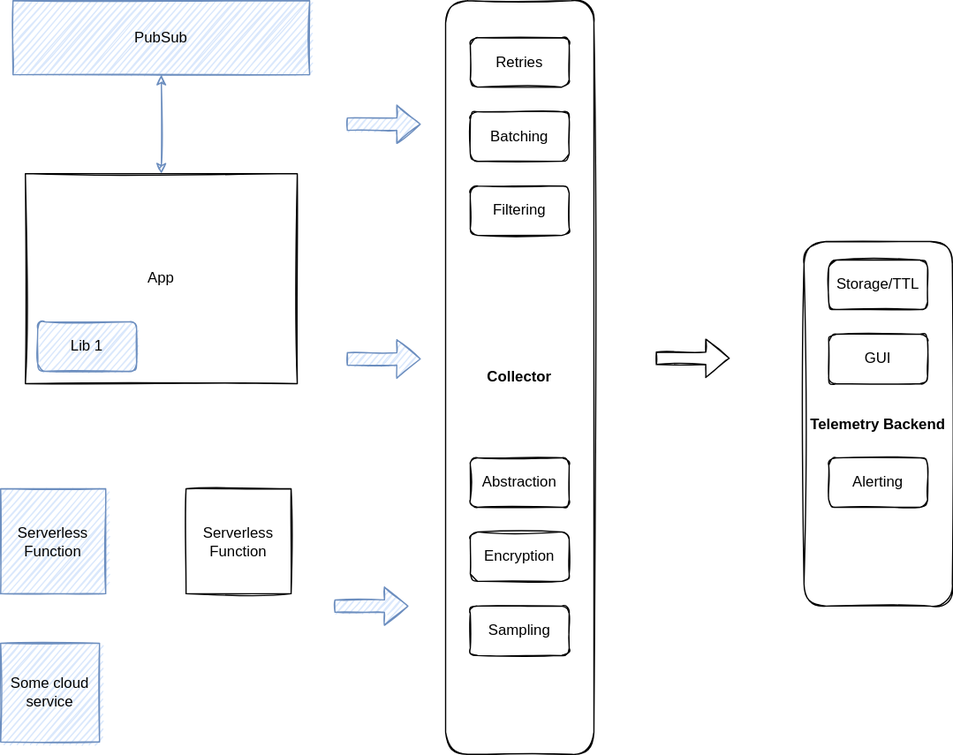
This is docs/otel-components.drawio.svg from darraghoriordan/dapr-inventory, a draw.io export, as it was before one commit. Source tidied: cells renumbered, new cells last; positions are measured from the earlier drawing's top-left corner, leaving out a move shared by most shapes.
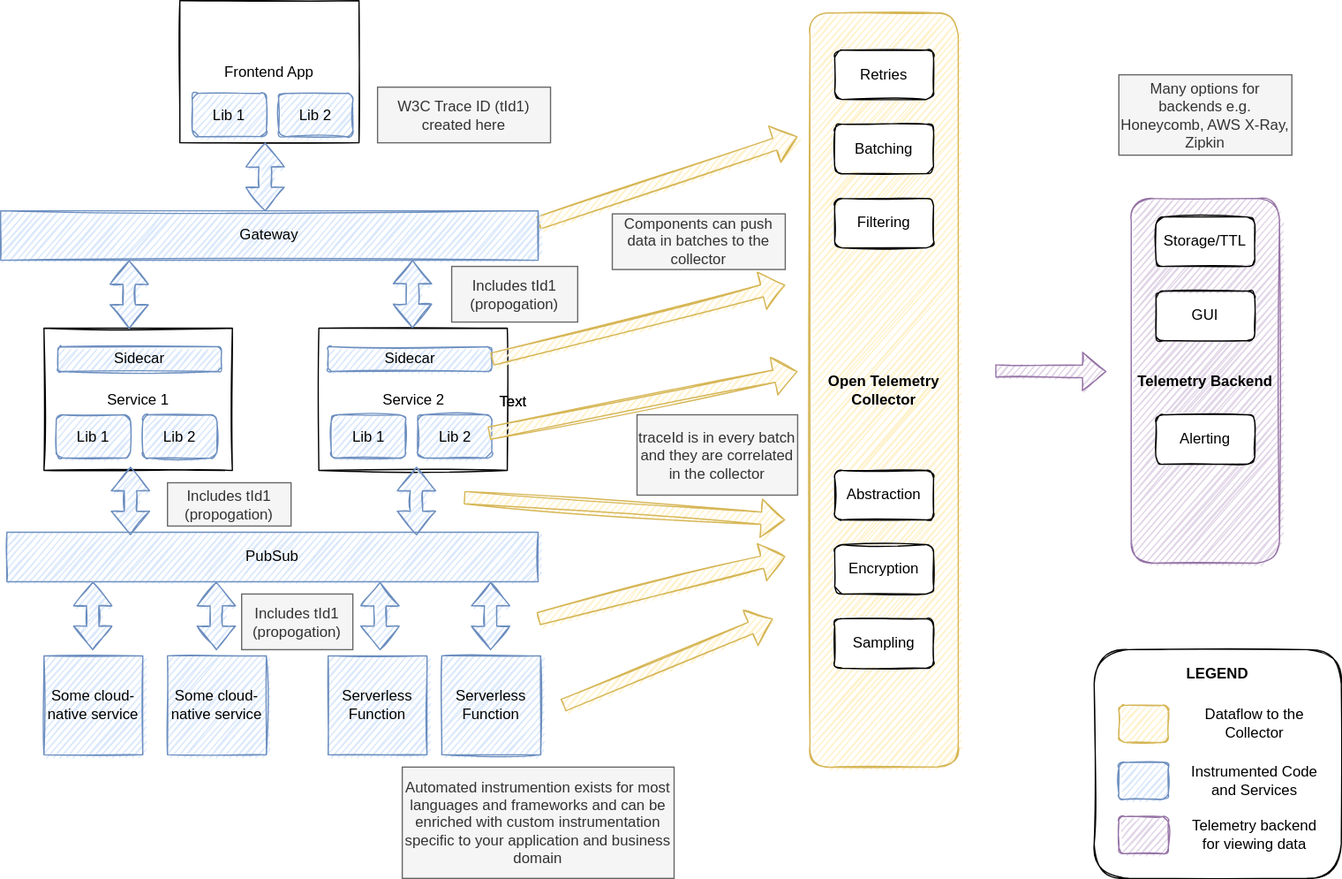
After the change.

Change to the diagram source:
```diff
@@ -2,83 +2,237 @@
   <root>
     <mxCell id="0" />
     <mxCell id="1" parent="0" />
+    <mxCell id="24" style="rounded=1;whiteSpace=wrap;html=1;sketch=1;" parent="1" vertex="1">
+      <mxGeometry x="860" y="515" width="200" height="185" as="geometry" />
+    </mxCell>
-    <mxCell id="2" value="App" style="rounded=0;whiteSpace=wrap;html=1;sketch=1;" parent="1" vertex="1">
-      <mxGeometry x="20" y="140" width="220" height="170" as="geometry" />
+    <mxCell id="2" value="Service 1" style="rounded=0;whiteSpace=wrap;html=1;sketch=1;" parent="1" vertex="1">
+      <mxGeometry x="10" y="255" width="152.5" height="115" as="geometry" />
     </mxCell>
     <mxCell id="3" value="Lib 1" style="rounded=1;whiteSpace=wrap;html=1;sketch=1;fillColor=#dae8fc;strokeColor=#6c8ebf;" parent="1" vertex="1">
-      <mxGeometry x="30" y="260" width="80" height="40" as="geometry" />
+      <mxGeometry x="20" y="325" width="60" height="35" as="geometry" />
     </mxCell>
     <mxCell id="4" value="PubSub" style="rounded=0;whiteSpace=wrap;html=1;sketch=1;fillColor=#dae8fc;strokeColor=#6c8ebf;" parent="1" vertex="1">
-      <mxGeometry x="10" width="240" height="60" as="geometry" />
+      <mxGeometry x="-20" y="420" width="430" height="40" as="geometry" />
     </mxCell>
-    <mxCell id="5" style="endArrow=classic;startArrow=classic;html=1;sketch=1;entryX=0.5;entryY=1;entryDx=0;entryDy=0;exitX=0.5;exitY=0;exitDx=0;exitDy=0;fillColor=#dae8fc;strokeColor=#6c8ebf;" parent="1" edge="1" source="2" target="4">
-      <mxGeometry relative="1" as="geometry" />
-    </mxCell>
     <mxCell id="6" value="Serverless&lt;br&gt;Function" style="whiteSpace=wrap;html=1;sketch=1;fillColor=#dae8fc;strokeColor=#6c8ebf;" parent="1" vertex="1">
-      <mxGeometry y="395" width="85" height="85" as="geometry" />
+      <mxGeometry x="240" y="520" width="80" height="80" as="geometry" />
     </mxCell>
-    <mxCell id="7" value="Serverless&lt;br&gt;Function" style="whiteSpace=wrap;html=1;sketch=1;" parent="1" vertex="1">
-      <mxGeometry x="150" y="395" width="85" height="85" as="geometry" />
+    <mxCell id="7" value="Serverless&lt;br&gt;Function" style="whiteSpace=wrap;html=1;sketch=1;fillColor=#dae8fc;strokeColor=#6c8ebf;" parent="1" vertex="1">
+      <mxGeometry x="332" y="520" width="80" height="80" as="geometry" />
     </mxCell>
-    <mxCell id="8" value="Some cloud service" style="whiteSpace=wrap;html=1;sketch=1;fillColor=#dae8fc;strokeColor=#6c8ebf;" parent="1" vertex="1">
-      <mxGeometry y="520" width="80" height="80" as="geometry" />
+    <mxCell id="8" value="Some cloud-native service" style="whiteSpace=wrap;html=1;sketch=1;fillColor=#dae8fc;strokeColor=#6c8ebf;" parent="1" vertex="1">
+      <mxGeometry x="10" y="520" width="80" height="80" as="geometry" />
     </mxCell>
-    <mxCell id="9" value="&lt;b&gt;Collector&lt;/b&gt;" style="rounded=1;whiteSpace=wrap;html=1;sketch=1;" parent="1" vertex="1">
-      <mxGeometry x="360" width="120" height="610" as="geometry" />
+    <mxCell id="9" value="&lt;b&gt;Open Telemetry Collector&lt;/b&gt;" style="rounded=1;whiteSpace=wrap;html=1;sketch=1;fillColor=#fff2cc;strokeColor=#d6b656;" parent="1" vertex="1">
+      <mxGeometry x="630" width="120" height="610" as="geometry" />
     </mxCell>
-    <mxCell id="10" style="shape=flexArrow;endArrow=classic;html=1;sketch=1;fillColor=#dae8fc;strokeColor=#6c8ebf;" parent="1" edge="1">
+    <mxCell id="10" style="shape=flexArrow;endArrow=classic;html=1;sketch=1;fillColor=#fff2cc;strokeColor=#d6b656;exitX=1;exitY=0.25;exitDx=0;exitDy=0;" parent="1" edge="1" source="29">
       <mxGeometry relative="1" as="geometry">
-        <mxPoint x="280" y="100" as="sourcePoint" />
-        <mxPoint x="340" y="100" as="targetPoint" />
+        <mxPoint x="620" y="100" as="targetPoint" />
       </mxGeometry>
     </mxCell>
-    <mxCell id="11" style="shape=flexArrow;endArrow=classic;html=1;sketch=1;fillColor=#dae8fc;strokeColor=#6c8ebf;" parent="1" edge="1">
+    <mxCell id="11" style="shape=flexArrow;endArrow=classic;html=1;sketch=1;fillColor=#fff2cc;strokeColor=#d6b656;" parent="1" edge="1">
       <mxGeometry relative="1" as="geometry">
-        <mxPoint x="270" y="490" as="sourcePoint" />
-        <mxPoint x="330" y="490" as="targetPoint" />
+        <mxPoint x="430" y="560" as="sourcePoint" />
+        <mxPoint x="600" y="490" as="targetPoint" />
       </mxGeometry>
     </mxCell>
-    <mxCell id="12" style="shape=flexArrow;endArrow=classic;html=1;sketch=1;fillColor=#dae8fc;strokeColor=#6c8ebf;" parent="1" edge="1">
+    <mxCell id="12" style="shape=flexArrow;endArrow=classic;html=1;sketch=1;fillColor=#fff2cc;strokeColor=#d6b656;" parent="1" edge="1">
       <mxGeometry relative="1" as="geometry">
-        <mxPoint x="280" y="290" as="sourcePoint" />
-        <mxPoint x="340" y="290" as="targetPoint" />
+        <mxPoint x="350" y="392" as="sourcePoint" />
+        <mxPoint x="610" y="410" as="targetPoint" />
       </mxGeometry>
     </mxCell>
-    <mxCell id="13" value="&lt;b&gt;Telemetry Backend&lt;/b&gt;" style="rounded=1;whiteSpace=wrap;html=1;sketch=1;" parent="1" vertex="1">
-      <mxGeometry x="650" y="195" width="120" height="295" as="geometry" />
+    <mxCell id="13" value="&lt;b&gt;Telemetry Backend&lt;/b&gt;" style="rounded=1;whiteSpace=wrap;html=1;sketch=1;fillColor=#e1d5e7;strokeColor=#9673a6;" parent="1" vertex="1">
+      <mxGeometry x="890" y="150" width="120" height="295" as="geometry" />
     </mxCell>
-    <mxCell id="14" style="shape=flexArrow;endArrow=classic;html=1;sketch=1;" parent="1" edge="1">
+    <mxCell id="14" style="shape=flexArrow;endArrow=classic;html=1;sketch=1;fillColor=#e1d5e7;strokeColor=#9673a6;" parent="1" edge="1">
       <mxGeometry relative="1" as="geometry">
-        <mxPoint x="530" y="289.5" as="sourcePoint" />
-        <mxPoint x="590" y="289.5" as="targetPoint" />
+        <mxPoint x="780" y="289.5" as="sourcePoint" />
+        <mxPoint x="870" y="290" as="targetPoint" />
       </mxGeometry>
     </mxCell>
     <mxCell id="15" value="Retries" style="rounded=1;whiteSpace=wrap;html=1;sketch=1;" parent="1" vertex="1">
-      <mxGeometry x="380" y="30" width="80" height="40" as="geometry" />
+      <mxGeometry x="650" y="30" width="80" height="40" as="geometry" />
     </mxCell>
     <mxCell id="16" value="Batching" style="rounded=1;whiteSpace=wrap;html=1;sketch=1;" parent="1" vertex="1">
-      <mxGeometry x="380" y="90" width="80" height="40" as="geometry" />
+      <mxGeometry x="650" y="90" width="80" height="40" as="geometry" />
     </mxCell>
     <mxCell id="17" value="Filtering" style="rounded=1;whiteSpace=wrap;html=1;sketch=1;" parent="1" vertex="1">
-      <mxGeometry x="380" y="150" width="80" height="40" as="geometry" />
+      <mxGeometry x="650" y="150" width="80" height="40" as="geometry" />
     </mxCell>
     <mxCell id="18" value="Abstraction" style="rounded=1;whiteSpace=wrap;html=1;sketch=1;" parent="1" vertex="1">
-      <mxGeometry x="380" y="370" width="80" height="40" as="geometry" />
+      <mxGeometry x="650" y="370" width="80" height="40" as="geometry" />
     </mxCell>
     <mxCell id="19" value="Encryption" style="rounded=1;whiteSpace=wrap;html=1;sketch=1;" parent="1" vertex="1">
-      <mxGeometry x="380" y="430" width="80" height="40" as="geometry" />
+      <mxGeometry x="650" y="430" width="80" height="40" as="geometry" />
     </mxCell>
     <mxCell id="20" value="Storage/TTL" style="rounded=1;whiteSpace=wrap;html=1;sketch=1;" parent="1" vertex="1">
-      <mxGeometry x="670" y="210" width="80" height="40" as="geometry" />
+      <mxGeometry x="910" y="165" width="80" height="40" as="geometry" />
     </mxCell>
     <mxCell id="21" value="GUI" style="rounded=1;whiteSpace=wrap;html=1;sketch=1;" parent="1" vertex="1">
-      <mxGeometry x="670" y="270" width="80" height="40" as="geometry" />
+      <mxGeometry x="910" y="225" width="80" height="40" as="geometry" />
     </mxCell>
     <mxCell id="22" value="Sampling" style="rounded=1;whiteSpace=wrap;html=1;sketch=1;" parent="1" vertex="1">
-      <mxGeometry x="380" y="490" width="80" height="40" as="geometry" />
+      <mxGeometry x="650" y="490" width="80" height="40" as="geometry" />
     </mxCell>
     <mxCell id="23" value="Alerting" style="rounded=1;whiteSpace=wrap;html=1;sketch=1;" parent="1" vertex="1">
-      <mxGeometry x="670" y="370" width="80" height="40" as="geometry" />
+      <mxGeometry x="910" y="325" width="80" height="40" as="geometry" />
     </mxCell>
+    <mxCell id="25" value="Lib 2" style="rounded=1;whiteSpace=wrap;html=1;sketch=1;fillColor=#dae8fc;strokeColor=#6c8ebf;" parent="1" vertex="1">
+      <mxGeometry x="90" y="325" width="60" height="35" as="geometry" />
+    </mxCell>
+    <mxCell id="26" value="Frontend App" style="rounded=0;whiteSpace=wrap;html=1;sketch=1;" parent="1" vertex="1">
+      <mxGeometry x="120" y="-10" width="145" height="115" as="geometry" />
+    </mxCell>
+    <mxCell id="27" value="Lib 1" style="rounded=1;whiteSpace=wrap;html=1;sketch=1;fillColor=#dae8fc;strokeColor=#6c8ebf;" parent="1" vertex="1">
+      <mxGeometry x="130" y="65" width="60" height="35" as="geometry" />
+    </mxCell>
+    <mxCell id="28" value="Lib 2" style="rounded=1;whiteSpace=wrap;html=1;sketch=1;fillColor=#dae8fc;strokeColor=#6c8ebf;" parent="1" vertex="1">
+      <mxGeometry x="200" y="65" width="60" height="35" as="geometry" />
+    </mxCell>
+    <mxCell id="29" value="Gateway" style="rounded=0;whiteSpace=wrap;html=1;sketch=1;fillColor=#dae8fc;strokeColor=#6c8ebf;" parent="1" vertex="1">
+      <mxGeometry x="-25" y="160" width="435" height="40" as="geometry" />
+    </mxCell>
+    <mxCell id="30" value="Service 2" style="rounded=0;whiteSpace=wrap;html=1;sketch=1;" parent="1" vertex="1">
+      <mxGeometry x="232.5" y="255" width="152.5" height="115" as="geometry" />
+    </mxCell>
+    <mxCell id="31" value="Lib 1" style="rounded=1;whiteSpace=wrap;html=1;sketch=1;fillColor=#dae8fc;strokeColor=#6c8ebf;" parent="1" vertex="1">
+      <mxGeometry x="242.5" y="325" width="60" height="35" as="geometry" />
+    </mxCell>
+    <mxCell id="32" value="Lib 2" style="rounded=1;whiteSpace=wrap;html=1;sketch=1;fillColor=#dae8fc;strokeColor=#6c8ebf;" parent="1" vertex="1">
+      <mxGeometry x="312.5" y="325" width="60" height="35" as="geometry" />
+    </mxCell>
+    <mxCell id="33" value="Sidecar" style="rounded=1;whiteSpace=wrap;html=1;sketch=1;fillColor=#dae8fc;strokeColor=#6c8ebf;" parent="1" vertex="1">
+      <mxGeometry x="21.2" y="270" width="132.5" height="20" as="geometry" />
+    </mxCell>
+    <mxCell id="34" value="Sidecar" style="rounded=1;whiteSpace=wrap;html=1;sketch=1;fillColor=#dae8fc;strokeColor=#6c8ebf;" parent="1" vertex="1">
+      <mxGeometry x="240" y="270" width="132.5" height="20" as="geometry" />
+    </mxCell>
+    <mxCell id="35" style="shape=flexArrow;endArrow=classic;html=1;sketch=1;fillColor=#dae8fc;strokeColor=#6c8ebf;startArrow=block;" parent="1" edge="1">
+      <mxGeometry relative="1" as="geometry">
+        <mxPoint x="80" y="422.5" as="sourcePoint" />
+        <mxPoint x="80" y="367" as="targetPoint" />
+      </mxGeometry>
+    </mxCell>
+    <mxCell id="36" value="Some cloud-native service" style="whiteSpace=wrap;html=1;sketch=1;fillColor=#dae8fc;strokeColor=#6c8ebf;" parent="1" vertex="1">
+      <mxGeometry x="110" y="520" width="80" height="80" as="geometry" />
+    </mxCell>
+    <mxCell id="37" style="shape=flexArrow;endArrow=classic;html=1;sketch=1;fillColor=#dae8fc;strokeColor=#6c8ebf;startArrow=block;" parent="1" edge="1">
+      <mxGeometry relative="1" as="geometry">
+        <mxPoint x="311.5" y="422.5" as="sourcePoint" />
+        <mxPoint x="311.5" y="367" as="targetPoint" />
+      </mxGeometry>
+    </mxCell>
+    <mxCell id="38" style="shape=flexArrow;endArrow=classic;html=1;sketch=1;fillColor=#dae8fc;strokeColor=#6c8ebf;startArrow=block;" parent="1" edge="1">
+      <mxGeometry relative="1" as="geometry">
+        <mxPoint x="308.2" y="255" as="sourcePoint" />
+        <mxPoint x="308.2" y="199.5" as="targetPoint" />
+      </mxGeometry>
+    </mxCell>
+    <mxCell id="39" style="shape=flexArrow;endArrow=classic;html=1;sketch=1;fillColor=#dae8fc;strokeColor=#6c8ebf;startArrow=block;" parent="1" edge="1">
+      <mxGeometry relative="1" as="geometry">
+        <mxPoint x="79" y="255.5" as="sourcePoint" />
+        <mxPoint x="79" y="200" as="targetPoint" />
+      </mxGeometry>
+    </mxCell>
+    <mxCell id="40" style="shape=flexArrow;endArrow=classic;html=1;sketch=1;fillColor=#dae8fc;strokeColor=#6c8ebf;startArrow=block;" parent="1" edge="1">
+      <mxGeometry relative="1" as="geometry">
+        <mxPoint x="189" y="160.5" as="sourcePoint" />
+        <mxPoint x="189" y="105" as="targetPoint" />
+      </mxGeometry>
+    </mxCell>
+    <mxCell id="41" style="shape=flexArrow;endArrow=classic;html=1;sketch=1;fillColor=#dae8fc;strokeColor=#6c8ebf;startArrow=block;" parent="1" edge="1">
+      <mxGeometry relative="1" as="geometry">
+        <mxPoint x="371.5" y="515.5" as="sourcePoint" />
+        <mxPoint x="371.5" y="460" as="targetPoint" />
+      </mxGeometry>
+    </mxCell>
+    <mxCell id="42" style="shape=flexArrow;endArrow=classic;html=1;sketch=1;fillColor=#dae8fc;strokeColor=#6c8ebf;startArrow=block;" parent="1" edge="1">
+      <mxGeometry relative="1" as="geometry">
+        <mxPoint x="282" y="515.5" as="sourcePoint" />
+        <mxPoint x="282" y="460" as="targetPoint" />
+      </mxGeometry>
+    </mxCell>
+    <mxCell id="43" style="shape=flexArrow;endArrow=classic;html=1;sketch=1;fillColor=#dae8fc;strokeColor=#6c8ebf;startArrow=block;" parent="1" edge="1">
+      <mxGeometry relative="1" as="geometry">
+        <mxPoint x="49.5" y="515.5" as="sourcePoint" />
+        <mxPoint x="49.5" y="460" as="targetPoint" />
+      </mxGeometry>
+    </mxCell>
+    <mxCell id="44" style="shape=flexArrow;endArrow=classic;html=1;sketch=1;fillColor=#dae8fc;strokeColor=#6c8ebf;startArrow=block;" parent="1" edge="1">
+      <mxGeometry relative="1" as="geometry">
+        <mxPoint x="149.5" y="515.5" as="sourcePoint" />
+        <mxPoint x="149.5" y="460" as="targetPoint" />
+      </mxGeometry>
+    </mxCell>
+    <mxCell id="45" value="W3C Trace ID (tId1) created here" style="text;html=1;strokeColor=#666666;fillColor=#f5f5f5;align=center;verticalAlign=middle;whiteSpace=wrap;rounded=0;fontColor=#333333;" parent="1" vertex="1">
+      <mxGeometry x="280" y="60" width="140" height="45" as="geometry" />
+    </mxCell>
+    <mxCell id="46" value="Components can push data in batches to the collector" style="text;html=1;strokeColor=#666666;fillColor=#f5f5f5;align=center;verticalAlign=middle;whiteSpace=wrap;rounded=0;fontColor=#333333;" parent="1" vertex="1">
+      <mxGeometry x="470" y="162.5" width="140" height="45" as="geometry" />
+    </mxCell>
+    <mxCell id="47" value="Includes tId1 (propogation)" style="text;html=1;strokeColor=#666666;fillColor=#f5f5f5;align=center;verticalAlign=middle;whiteSpace=wrap;rounded=0;fontColor=#333333;" parent="1" vertex="1">
+      <mxGeometry x="340" y="205" width="102" height="45" as="geometry" />
+    </mxCell>
+    <mxCell id="48" value="Includes tId1 (propogation)" style="text;html=1;strokeColor=#666666;fillColor=#f5f5f5;align=center;verticalAlign=middle;whiteSpace=wrap;rounded=0;fontColor=#333333;" parent="1" vertex="1">
+      <mxGeometry x="110" y="380" width="100" height="35" as="geometry" />
+    </mxCell>
+    <mxCell id="49" value="Includes tId1 (propogation)" style="text;html=1;strokeColor=#666666;fillColor=#f5f5f5;align=center;verticalAlign=middle;whiteSpace=wrap;rounded=0;fontColor=#333333;" parent="1" vertex="1">
+      <mxGeometry x="170" y="470" width="90" height="45" as="geometry" />
+    </mxCell>
+    <mxCell id="50" style="shape=flexArrow;endArrow=classic;html=1;sketch=1;fillColor=#fff2cc;strokeColor=#d6b656;" parent="1" edge="1">
+      <mxGeometry relative="1" as="geometry">
+        <mxPoint x="410" y="490" as="sourcePoint" />
+        <mxPoint x="610" y="439.5" as="targetPoint" />
+      </mxGeometry>
+    </mxCell>
+    <mxCell id="51" style="shape=flexArrow;endArrow=classic;html=1;sketch=1;fillColor=#fff2cc;strokeColor=#d6b656;exitX=1;exitY=0.5;exitDx=0;exitDy=0;" parent="1" edge="1" source="34">
+      <mxGeometry relative="1" as="geometry">
+        <mxPoint x="610" y="220" as="targetPoint" />
+      </mxGeometry>
+    </mxCell>
+    <mxCell id="52" style="shape=flexArrow;endArrow=classic;html=1;sketch=1;fillColor=#fff2cc;strokeColor=#d6b656;" parent="1" edge="1">
+      <mxGeometry relative="1" as="geometry">
+        <mxPoint x="370" y="340" as="sourcePoint" />
+        <mxPoint x="620" y="290" as="targetPoint" />
+      </mxGeometry>
+    </mxCell>
+    <mxCell id="53" value="Many options for backends e.g. Honeycomb, AWS X-Ray, Zipkin" style="text;html=1;strokeColor=#666666;fillColor=#f5f5f5;align=center;verticalAlign=middle;whiteSpace=wrap;rounded=0;fontColor=#333333;" parent="1" vertex="1">
+      <mxGeometry x="880" y="50" width="140" height="65" as="geometry" />
+    </mxCell>
+    <mxCell id="54" value="traceId is in every batch and they are correlated in the collector" style="text;html=1;strokeColor=#666666;fillColor=#f5f5f5;align=center;verticalAlign=middle;whiteSpace=wrap;rounded=0;fontColor=#333333;" parent="1" vertex="1">
+      <mxGeometry x="490" y="325" width="130" height="65" as="geometry" />
+    </mxCell>
+    <mxCell id="55" value="Automated instrumention exists for most languages and frameworks and can be enriched with custom instrumentation specific to your application and business domain" style="text;html=1;strokeColor=#666666;fillColor=#f5f5f5;align=center;verticalAlign=middle;whiteSpace=wrap;rounded=0;fontColor=#333333;" parent="1" vertex="1">
+      <mxGeometry x="300" y="610" width="220" height="90" as="geometry" />
+    </mxCell>
+    <mxCell id="56" value="Text" style="text;html=1;strokeColor=none;fillColor=none;align=center;verticalAlign=middle;whiteSpace=wrap;rounded=0;" parent="1" vertex="1">
+      <mxGeometry x="360" y="300" width="60" height="30" as="geometry" />
+    </mxCell>
+    <mxCell id="57" value="Text" style="text;html=1;strokeColor=none;fillColor=none;align=center;verticalAlign=middle;whiteSpace=wrap;rounded=0;" parent="1" vertex="1">
+      <mxGeometry x="360" y="300" width="60" height="30" as="geometry" />
+    </mxCell>
+    <mxCell id="58" value="&lt;b&gt;LEGEND&lt;/b&gt;" style="text;html=1;strokeColor=none;fillColor=none;align=center;verticalAlign=middle;whiteSpace=wrap;rounded=0;" parent="1" vertex="1">
+      <mxGeometry x="930" y="520" width="60" height="30" as="geometry" />
+    </mxCell>
+    <mxCell id="59" style="rounded=1;whiteSpace=wrap;html=1;fillColor=#fff2cc;strokeColor=#d6b656;sketch=1;" parent="1" vertex="1">
+      <mxGeometry x="880" y="560" width="40" height="30" as="geometry" />
+    </mxCell>
+    <mxCell id="60" value="Dataflow to the Collector" style="text;html=1;strokeColor=none;fillColor=none;align=center;verticalAlign=middle;whiteSpace=wrap;rounded=0;sketch=1;" parent="1" vertex="1">
+      <mxGeometry x="930" y="560" width="120" height="30" as="geometry" />
+    </mxCell>
+    <mxCell id="61" style="rounded=1;whiteSpace=wrap;html=1;fillColor=#dae8fc;strokeColor=#6c8ebf;sketch=1;" parent="1" vertex="1">
+      <mxGeometry x="880" y="606" width="40" height="30" as="geometry" />
+    </mxCell>
+    <mxCell id="62" value="Instrumented Code and Services" style="text;html=1;strokeColor=none;fillColor=none;align=center;verticalAlign=middle;whiteSpace=wrap;rounded=0;sketch=1;" parent="1" vertex="1">
+      <mxGeometry x="930" y="606" width="120" height="30" as="geometry" />
+    </mxCell>
+    <mxCell id="63" style="rounded=1;whiteSpace=wrap;html=1;fillColor=#e1d5e7;strokeColor=#9673a6;sketch=1;" parent="1" vertex="1">
+      <mxGeometry x="880" y="650" width="40" height="30" as="geometry" />
+    </mxCell>
+    <mxCell id="64" value="Telemetry backend for viewing data" style="text;html=1;strokeColor=none;fillColor=none;align=center;verticalAlign=middle;whiteSpace=wrap;rounded=0;sketch=1;" parent="1" vertex="1">
+      <mxGeometry x="930" y="650" width="120" height="30" as="geometry" />
+    </mxCell>
   </root>
 </mxGraphModel>
```
